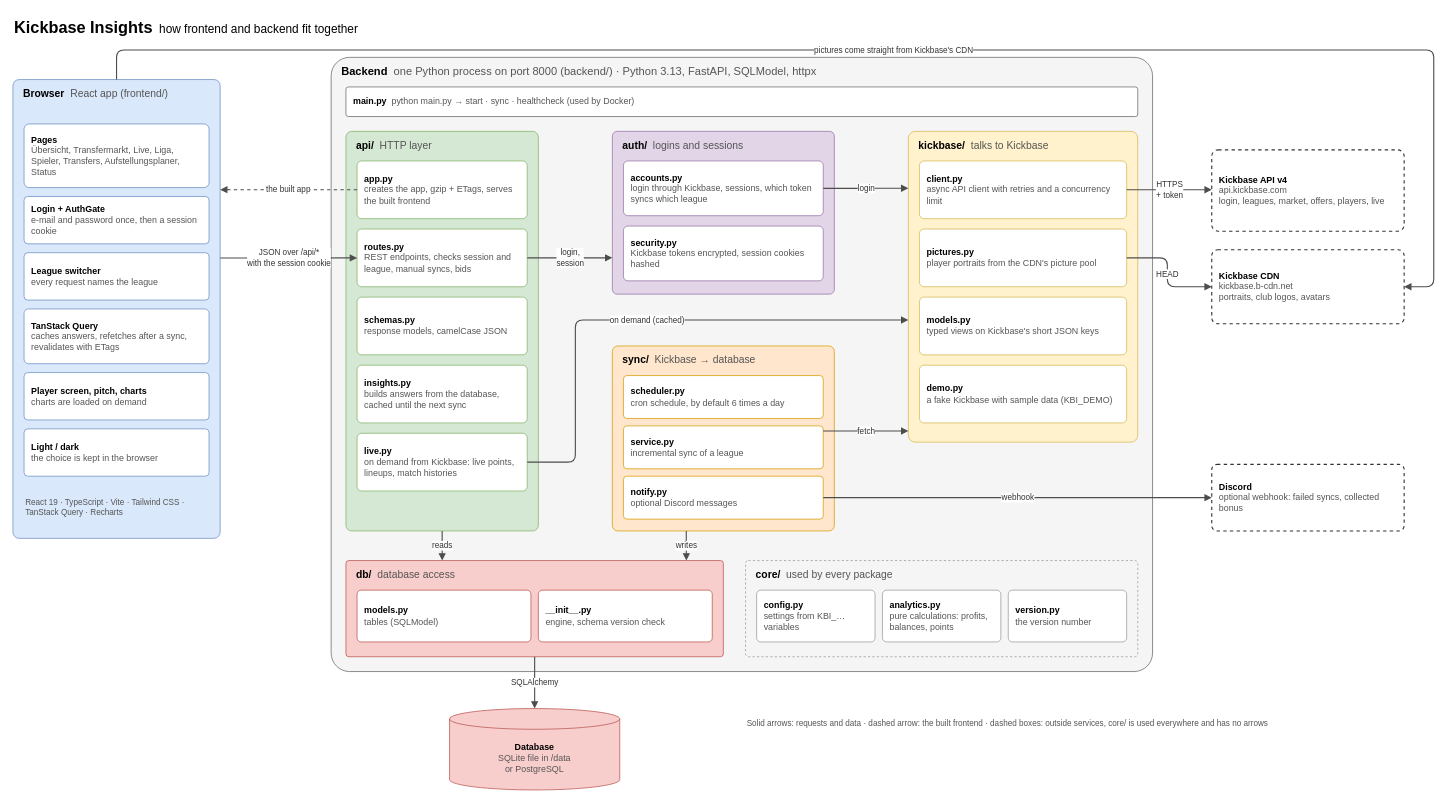
Above: page "Architecture" (1 of 2) of docs/architecture.drawio in casudo/Kickbase-Insights (draw.io), before the change. Source tidied: cells renumbered, new cells numbered last; positions are measured from the earlier drawing's top-left corner, leaving out a move shared by most shapes. Both pictures are drawn from the tidied source at 74%, with x=0, y=0 at pixel (13, 13).
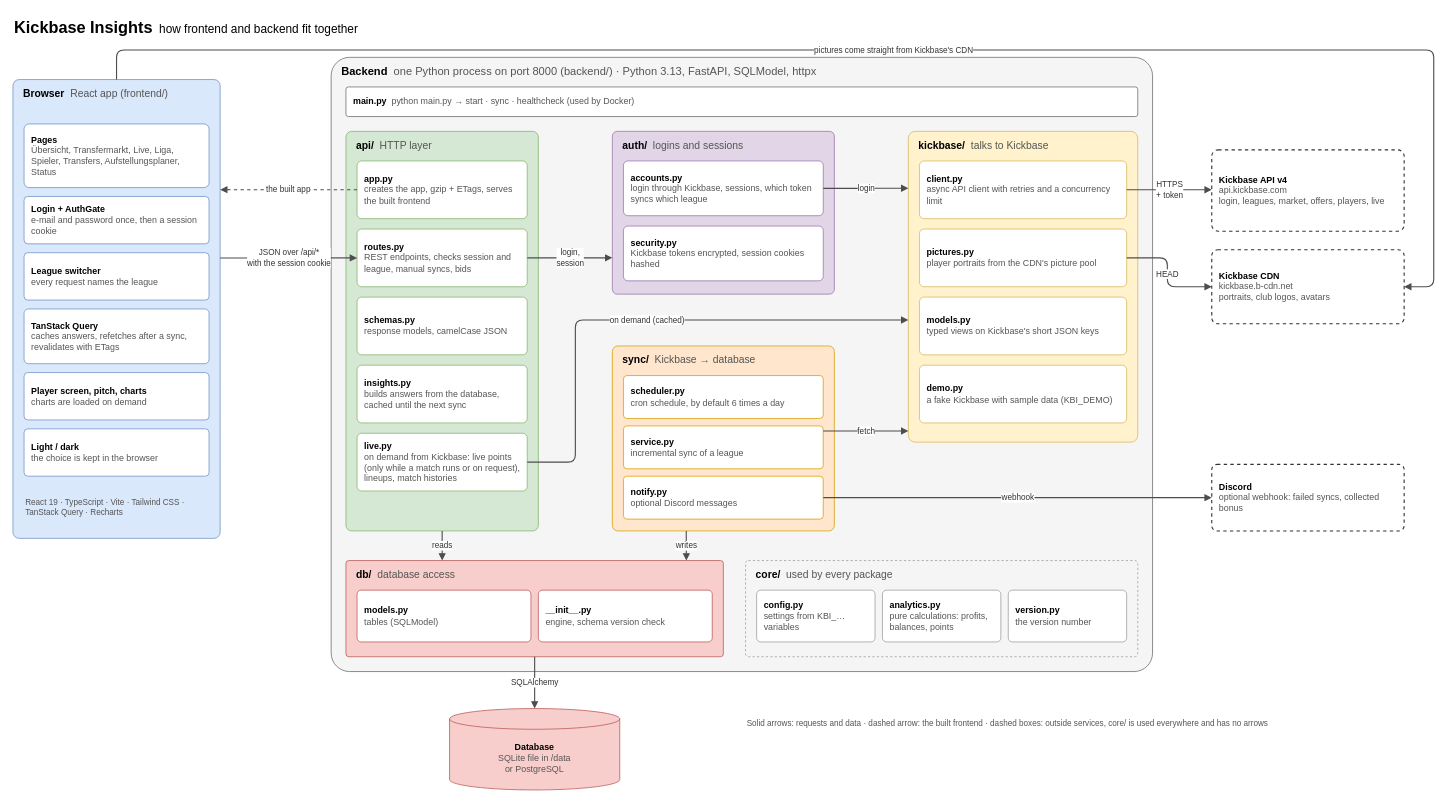
The same page after the edit.

The change refers to these unchanged cells:
```xml
<mxCell id="13" value="&lt;b&gt;api/&lt;/b&gt;&amp;nbsp;&amp;nbsp;&lt;font color=&quot;#555555&quot;&gt;HTTP layer&lt;/font&gt;" style="rounded=1;whiteSpace=wrap;html=1;arcSize=3;verticalAlign=top;align=left;spacingLeft=12;spacingTop=4;fontSize=14;fillColor=#d5e8d4;strokeColor=#82b366;" parent="11" vertex="1">
  <mxGeometry x="20" y="100" width="260" height="540" as="geometry" />
</mxCell>
```

Change to the diagram source:
```diff
@@
-    <mxCell id="18" value="&lt;b&gt;live.py&lt;/b&gt;&lt;br&gt;&lt;font color=&quot;#555555&quot;&gt;on demand from Kickbase: live points, lineups, match histories&lt;/font&gt;" style="rounded=1;whiteSpace=wrap;html=1;arcSize=8;align=left;verticalAlign=middle;spacingLeft=8;spacingRight=6;fontSize=12;fillColor=#ffffff;strokeColor=#82b366;" parent="13" vertex="1">
+    <mxCell id="18" value="&lt;b&gt;live.py&lt;/b&gt;&lt;br&gt;&lt;font color=&quot;#555555&quot;&gt;on demand from Kickbase: live points (only while a match runs or on request), lineups, match histories&lt;/font&gt;" style="rounded=1;whiteSpace=wrap;html=1;arcSize=8;align=left;verticalAlign=middle;spacingLeft=8;spacingRight=6;fontSize=12;fillColor=#ffffff;strokeColor=#82b366;" parent="13" vertex="1">
       <mxGeometry x="15" y="408" width="230" height="78" as="geometry" />
     </mxCell>
```
